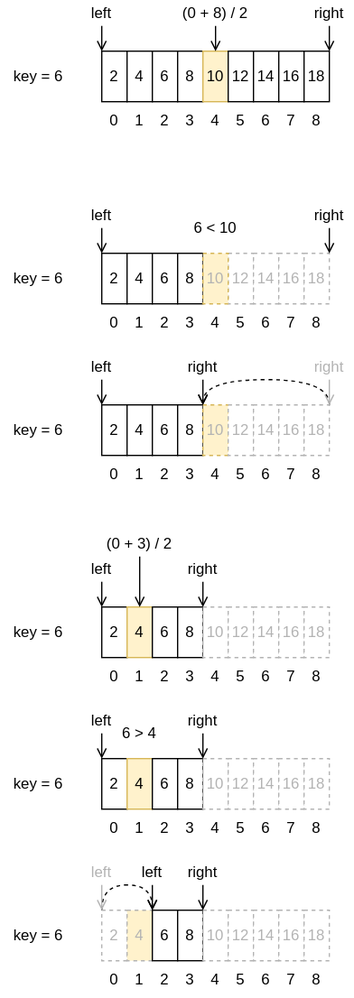
The draw.io diagram Draw/C/binary-search.drawio.svg in Zhangbokai614/draw, before a commit. Source tidied: cells renumbered, new cells last; positions are measured from the earlier drawing's top-left corner, leaving out a move shared by most shapes.
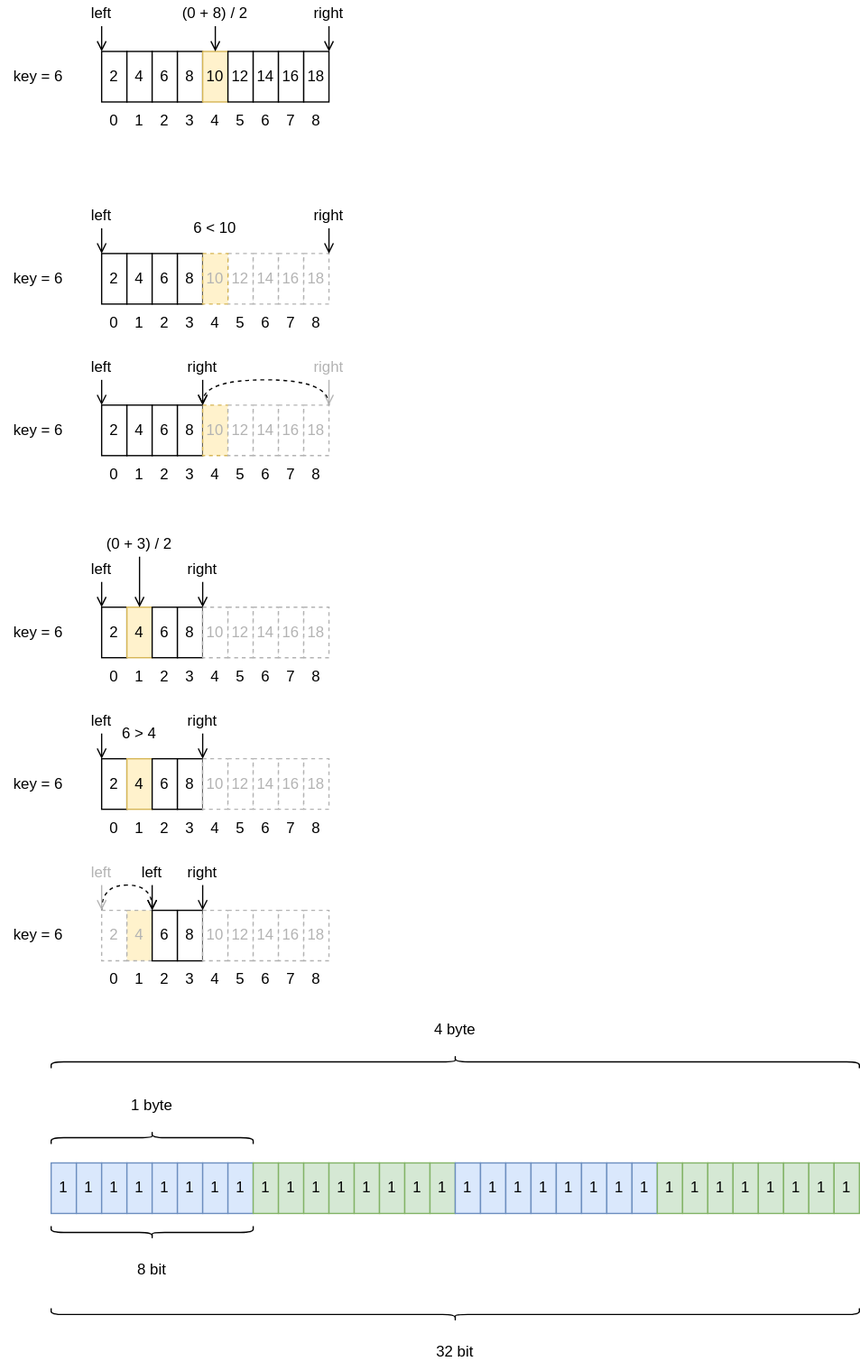
Later version of the same file.

Diff of the diagram source:
```diff
@@ -464,5 +464,125 @@
     <mxCell id="151" value="left" style="text;html=1;align=center;verticalAlign=middle;whiteSpace=wrap;rounded=0;" parent="1" vertex="1">
       <mxGeometry x="100" y="680" width="40" height="20" as="geometry" />
     </mxCell>
+    <mxCell id="152" value="1" style="rounded=0;whiteSpace=wrap;html=1;fillColor=#dae8fc;strokeColor=#6c8ebf;" parent="1" vertex="1">
+      <mxGeometry x="40" y="920" width="20" height="40" as="geometry" />
+    </mxCell>
+    <mxCell id="153" value="1" style="rounded=0;whiteSpace=wrap;html=1;fillColor=#dae8fc;strokeColor=#6c8ebf;" parent="1" vertex="1">
+      <mxGeometry x="60" y="920" width="20" height="40" as="geometry" />
+    </mxCell>
+    <mxCell id="154" value="1" style="rounded=0;whiteSpace=wrap;html=1;fillColor=#dae8fc;strokeColor=#6c8ebf;" parent="1" vertex="1">
+      <mxGeometry x="80" y="920" width="20" height="40" as="geometry" />
+    </mxCell>
+    <mxCell id="155" value="1" style="rounded=0;whiteSpace=wrap;html=1;fillColor=#dae8fc;strokeColor=#6c8ebf;" parent="1" vertex="1">
+      <mxGeometry x="100" y="920" width="20" height="40" as="geometry" />
+    </mxCell>
+    <mxCell id="156" value="1" style="rounded=0;whiteSpace=wrap;html=1;fillColor=#dae8fc;strokeColor=#6c8ebf;" parent="1" vertex="1">
+      <mxGeometry x="120" y="920" width="20" height="40" as="geometry" />
+    </mxCell>
+    <mxCell id="157" value="1" style="rounded=0;whiteSpace=wrap;html=1;fillColor=#dae8fc;strokeColor=#6c8ebf;" parent="1" vertex="1">
+      <mxGeometry x="140" y="920" width="20" height="40" as="geometry" />
+    </mxCell>
+    <mxCell id="158" value="1" style="rounded=0;whiteSpace=wrap;html=1;fillColor=#dae8fc;strokeColor=#6c8ebf;" parent="1" vertex="1">
+      <mxGeometry x="160" y="920" width="20" height="40" as="geometry" />
+    </mxCell>
+    <mxCell id="159" value="1" style="rounded=0;whiteSpace=wrap;html=1;fillColor=#dae8fc;strokeColor=#6c8ebf;" parent="1" vertex="1">
+      <mxGeometry x="180" y="920" width="20" height="40" as="geometry" />
+    </mxCell>
+    <mxCell id="160" value="1" style="rounded=0;whiteSpace=wrap;html=1;fillColor=#d5e8d4;strokeColor=#82b366;" parent="1" vertex="1">
+      <mxGeometry x="200" y="920" width="20" height="40" as="geometry" />
+    </mxCell>
+    <mxCell id="161" value="1" style="rounded=0;whiteSpace=wrap;html=1;fillColor=#d5e8d4;strokeColor=#82b366;" parent="1" vertex="1">
+      <mxGeometry x="220" y="920" width="20" height="40" as="geometry" />
+    </mxCell>
+    <mxCell id="162" value="1" style="rounded=0;whiteSpace=wrap;html=1;fillColor=#d5e8d4;strokeColor=#82b366;" parent="1" vertex="1">
+      <mxGeometry x="240" y="920" width="20" height="40" as="geometry" />
+    </mxCell>
+    <mxCell id="163" value="1" style="rounded=0;whiteSpace=wrap;html=1;fillColor=#d5e8d4;strokeColor=#82b366;" parent="1" vertex="1">
+      <mxGeometry x="260" y="920" width="20" height="40" as="geometry" />
+    </mxCell>
+    <mxCell id="164" value="1" style="rounded=0;whiteSpace=wrap;html=1;fillColor=#d5e8d4;strokeColor=#82b366;" parent="1" vertex="1">
+      <mxGeometry x="280" y="920" width="20" height="40" as="geometry" />
+    </mxCell>
+    <mxCell id="165" value="1" style="rounded=0;whiteSpace=wrap;html=1;fillColor=#d5e8d4;strokeColor=#82b366;" parent="1" vertex="1">
+      <mxGeometry x="300" y="920" width="20" height="40" as="geometry" />
+    </mxCell>
+    <mxCell id="166" value="1" style="rounded=0;whiteSpace=wrap;html=1;fillColor=#d5e8d4;strokeColor=#82b366;" parent="1" vertex="1">
+      <mxGeometry x="320" y="920" width="20" height="40" as="geometry" />
+    </mxCell>
+    <mxCell id="167" value="1" style="rounded=0;whiteSpace=wrap;html=1;fillColor=#d5e8d4;strokeColor=#82b366;" parent="1" vertex="1">
+      <mxGeometry x="340" y="920" width="20" height="40" as="geometry" />
+    </mxCell>
+    <mxCell id="168" value="1" style="rounded=0;whiteSpace=wrap;html=1;fillColor=#dae8fc;strokeColor=#6c8ebf;" parent="1" vertex="1">
+      <mxGeometry x="360" y="920" width="20" height="40" as="geometry" />
+    </mxCell>
+    <mxCell id="169" value="1" style="rounded=0;whiteSpace=wrap;html=1;fillColor=#dae8fc;strokeColor=#6c8ebf;" parent="1" vertex="1">
+      <mxGeometry x="380" y="920" width="20" height="40" as="geometry" />
+    </mxCell>
+    <mxCell id="170" value="1" style="rounded=0;whiteSpace=wrap;html=1;fillColor=#dae8fc;strokeColor=#6c8ebf;" parent="1" vertex="1">
+      <mxGeometry x="400" y="920" width="20" height="40" as="geometry" />
+    </mxCell>
+    <mxCell id="171" value="1" style="rounded=0;whiteSpace=wrap;html=1;fillColor=#dae8fc;strokeColor=#6c8ebf;" parent="1" vertex="1">
+      <mxGeometry x="420" y="920" width="20" height="40" as="geometry" />
+    </mxCell>
+    <mxCell id="172" value="1" style="rounded=0;whiteSpace=wrap;html=1;fillColor=#dae8fc;strokeColor=#6c8ebf;" parent="1" vertex="1">
+      <mxGeometry x="440" y="920" width="20" height="40" as="geometry" />
+    </mxCell>
+    <mxCell id="173" value="1" style="rounded=0;whiteSpace=wrap;html=1;fillColor=#dae8fc;strokeColor=#6c8ebf;" parent="1" vertex="1">
+      <mxGeometry x="460" y="920" width="20" height="40" as="geometry" />
+    </mxCell>
+    <mxCell id="174" value="1" style="rounded=0;whiteSpace=wrap;html=1;fillColor=#dae8fc;strokeColor=#6c8ebf;" parent="1" vertex="1">
+      <mxGeometry x="480" y="920" width="20" height="40" as="geometry" />
+    </mxCell>
+    <mxCell id="175" value="1" style="rounded=0;whiteSpace=wrap;html=1;fillColor=#dae8fc;strokeColor=#6c8ebf;" parent="1" vertex="1">
+      <mxGeometry x="500" y="920" width="20" height="40" as="geometry" />
+    </mxCell>
+    <mxCell id="176" value="1" style="rounded=0;whiteSpace=wrap;html=1;fillColor=#d5e8d4;strokeColor=#82b366;" parent="1" vertex="1">
+      <mxGeometry x="520" y="920" width="20" height="40" as="geometry" />
+    </mxCell>
+    <mxCell id="177" value="1" style="rounded=0;whiteSpace=wrap;html=1;fillColor=#d5e8d4;strokeColor=#82b366;" parent="1" vertex="1">
+      <mxGeometry x="540" y="920" width="20" height="40" as="geometry" />
+    </mxCell>
+    <mxCell id="178" value="1" style="rounded=0;whiteSpace=wrap;html=1;fillColor=#d5e8d4;strokeColor=#82b366;" parent="1" vertex="1">
+      <mxGeometry x="560" y="920" width="20" height="40" as="geometry" />
+    </mxCell>
+    <mxCell id="179" value="1" style="rounded=0;whiteSpace=wrap;html=1;fillColor=#d5e8d4;strokeColor=#82b366;" parent="1" vertex="1">
+      <mxGeometry x="580" y="920" width="20" height="40" as="geometry" />
+    </mxCell>
+    <mxCell id="180" value="1" style="rounded=0;whiteSpace=wrap;html=1;fillColor=#d5e8d4;strokeColor=#82b366;" parent="1" vertex="1">
+      <mxGeometry x="600" y="920" width="20" height="40" as="geometry" />
+    </mxCell>
+    <mxCell id="181" value="1" style="rounded=0;whiteSpace=wrap;html=1;fillColor=#d5e8d4;strokeColor=#82b366;" parent="1" vertex="1">
+      <mxGeometry x="620" y="920" width="20" height="40" as="geometry" />
+    </mxCell>
+    <mxCell id="182" value="1" style="rounded=0;whiteSpace=wrap;html=1;fillColor=#d5e8d4;strokeColor=#82b366;" parent="1" vertex="1">
+      <mxGeometry x="640" y="920" width="20" height="40" as="geometry" />
+    </mxCell>
+    <mxCell id="183" value="1" style="rounded=0;whiteSpace=wrap;html=1;fillColor=#d5e8d4;strokeColor=#82b366;" parent="1" vertex="1">
+      <mxGeometry x="660" y="920" width="20" height="40" as="geometry" />
+    </mxCell>
+    <mxCell id="184" style="shape=curlyBracket;whiteSpace=wrap;html=1;rounded=1;labelPosition=left;verticalLabelPosition=middle;align=right;verticalAlign=middle;rotation=-90;" parent="1" vertex="1">
+      <mxGeometry x="115" y="895" width="10" height="160" as="geometry" />
+    </mxCell>
+    <mxCell id="185" value="8 bit" style="text;html=1;align=center;verticalAlign=middle;whiteSpace=wrap;rounded=0;" parent="1" vertex="1">
+      <mxGeometry x="90" y="990" width="60" height="30" as="geometry" />
+    </mxCell>
+    <mxCell id="186" style="shape=curlyBracket;whiteSpace=wrap;html=1;rounded=1;labelPosition=left;verticalLabelPosition=middle;align=right;verticalAlign=middle;rotation=90;" parent="1" vertex="1">
+      <mxGeometry x="115" y="820" width="10" height="160" as="geometry" />
+    </mxCell>
+    <mxCell id="187" value="1 byte" style="text;html=1;align=center;verticalAlign=middle;whiteSpace=wrap;rounded=0;" parent="1" vertex="1">
+      <mxGeometry x="90" y="860" width="60" height="30" as="geometry" />
+    </mxCell>
+    <mxCell id="188" style="shape=curlyBracket;whiteSpace=wrap;html=1;rounded=1;labelPosition=left;verticalLabelPosition=middle;align=right;verticalAlign=middle;rotation=-90;" parent="1" vertex="1">
+      <mxGeometry x="355" y="720" width="10" height="640" as="geometry" />
+    </mxCell>
+    <mxCell id="189" value="32 bit" style="text;html=1;align=center;verticalAlign=middle;whiteSpace=wrap;rounded=0;" parent="1" vertex="1">
+      <mxGeometry x="330" y="1055" width="60" height="30" as="geometry" />
+    </mxCell>
+    <mxCell id="190" style="shape=curlyBracket;whiteSpace=wrap;html=1;rounded=1;labelPosition=left;verticalLabelPosition=middle;align=right;verticalAlign=middle;rotation=90;" parent="1" vertex="1">
+      <mxGeometry x="355" y="520" width="10" height="640" as="geometry" />
+    </mxCell>
+    <mxCell id="191" value="4 byte" style="text;html=1;align=center;verticalAlign=middle;whiteSpace=wrap;rounded=0;" parent="1" vertex="1">
+      <mxGeometry x="330" y="800" width="60" height="30" as="geometry" />
+    </mxCell>
   </root>
 </mxGraphModel>
```
